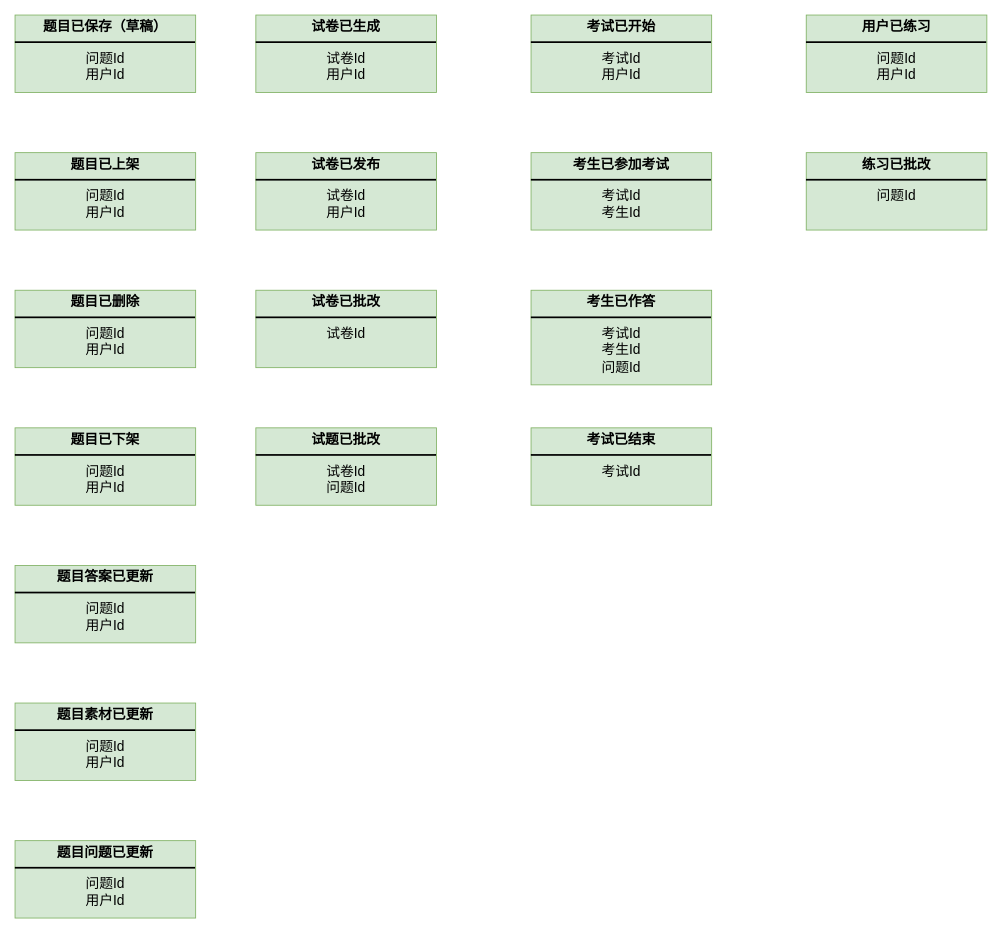
Before: page "第 1 页" (1 of 2) of docs/DDD-example/考试系统DDD建模.drawio in WochiB70/JavaLearningPlatform, a draw.io diagram. Source tidied: cells renumbered, new cells numbered last; positions are measured from the earlier drawing's top-left corner, leaving out a move shared by most shapes. Both pictures are drawn from the tidied source at 86%, with x=0, y=0 at pixel (15, 15).
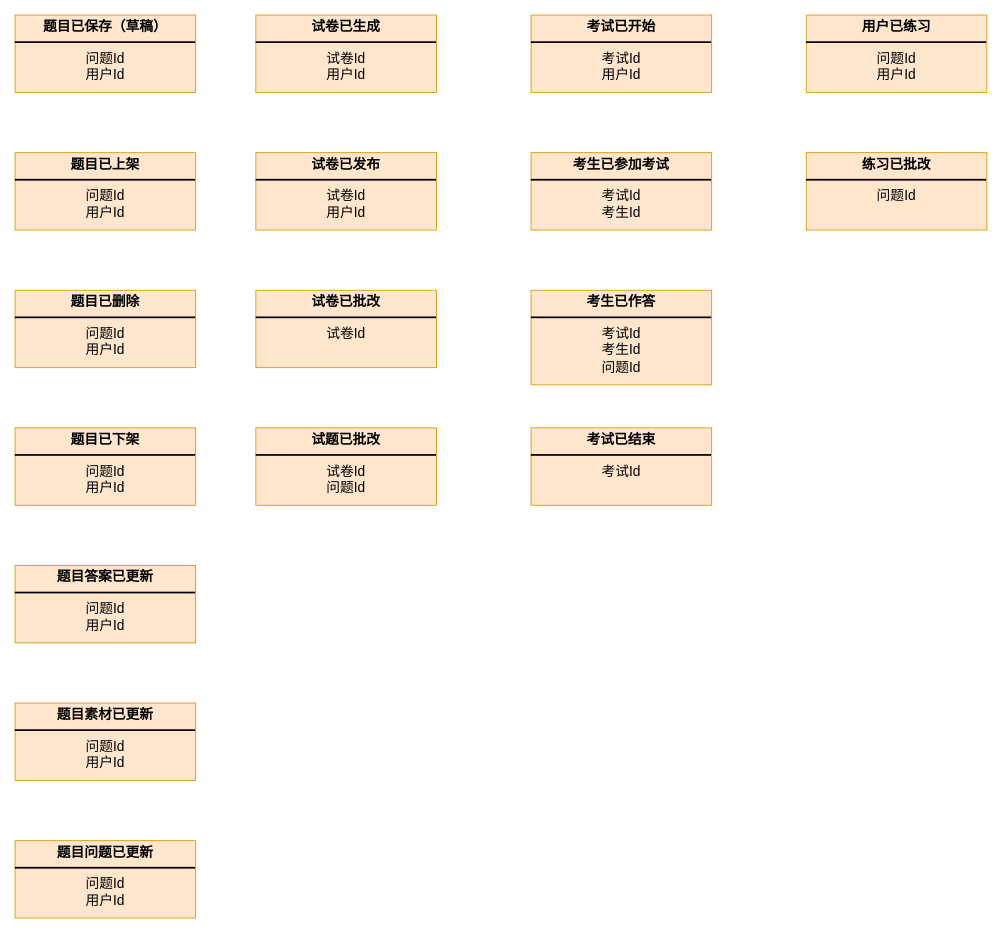
The same page after the edit.

The edit, as a diff of the source:
```diff
@@
 <mxGraphModel>
   <root>
     <mxCell id="0" />
     <mxCell id="1" parent="0" />
-    <mxCell id="2" value="&lt;p style=&quot;margin: 4px 0px 0px;&quot;&gt;&lt;b&gt;题目已保存（草稿）&lt;/b&gt;&lt;/p&gt;&lt;hr style=&quot;border-style:solid;&quot;&gt;&lt;div style=&quot;height:2px;&quot;&gt;问题Id&lt;br&gt;用户Id&lt;/div&gt;" style="verticalAlign=top;align=center;overflow=fill;html=1;whiteSpace=wrap;fillColor=#d5e8d4;strokeColor=#82b366;fontSize=16;spacingLeft=13;" parent="1" vertex="1">
+    <mxCell id="2" value="&lt;p style=&quot;margin: 4px 0px 0px;&quot;&gt;&lt;b&gt;题目已保存（草稿）&lt;/b&gt;&lt;/p&gt;&lt;hr style=&quot;border-style:solid;&quot;&gt;&lt;div style=&quot;height:2px;&quot;&gt;问题Id&lt;br&gt;用户Id&lt;/div&gt;" style="verticalAlign=top;align=center;overflow=fill;html=1;whiteSpace=wrap;fillColor=#ffe6cc;strokeColor=#d79b00;fontSize=16;spacingLeft=13;" parent="1" vertex="1">
       <mxGeometry width="210" height="90" as="geometry" />
     </mxCell>
-    <mxCell id="3" value="&lt;p style=&quot;margin: 4px 0px 0px;&quot;&gt;&lt;b&gt;题目已删除&lt;/b&gt;&lt;/p&gt;&lt;hr style=&quot;border-style:solid;&quot;&gt;&lt;div style=&quot;height:2px;&quot;&gt;问题Id&lt;br&gt;用户Id&lt;/div&gt;" style="verticalAlign=top;align=center;overflow=fill;html=1;whiteSpace=wrap;fillColor=#d5e8d4;strokeColor=#82b366;fontSize=16;spacingLeft=13;" parent="1" vertex="1">
+    <mxCell id="3" value="&lt;p style=&quot;margin: 4px 0px 0px;&quot;&gt;&lt;b&gt;题目已删除&lt;/b&gt;&lt;/p&gt;&lt;hr style=&quot;border-style:solid;&quot;&gt;&lt;div style=&quot;height:2px;&quot;&gt;问题Id&lt;br&gt;用户Id&lt;/div&gt;" style="verticalAlign=top;align=center;overflow=fill;html=1;whiteSpace=wrap;fillColor=#ffe6cc;strokeColor=#d79b00;fontSize=16;spacingLeft=13;" parent="1" vertex="1">
       <mxGeometry y="320" width="210" height="90" as="geometry" />
     </mxCell>
-    <mxCell id="4" value="&lt;p style=&quot;margin: 4px 0px 0px;&quot;&gt;&lt;b&gt;题目答案已更新&lt;/b&gt;&lt;/p&gt;&lt;hr style=&quot;border-style:solid;&quot;&gt;&lt;div style=&quot;height:2px;&quot;&gt;问题Id&lt;br&gt;用户Id&lt;/div&gt;" style="verticalAlign=top;align=center;overflow=fill;html=1;whiteSpace=wrap;fillColor=#d5e8d4;strokeColor=#82b366;fontSize=16;spacingLeft=13;" parent="1" vertex="1">
+    <mxCell id="4" value="&lt;p style=&quot;margin: 4px 0px 0px;&quot;&gt;&lt;b&gt;题目答案已更新&lt;/b&gt;&lt;/p&gt;&lt;hr style=&quot;border-style:solid;&quot;&gt;&lt;div style=&quot;height:2px;&quot;&gt;问题Id&lt;br&gt;用户Id&lt;/div&gt;" style="verticalAlign=top;align=center;overflow=fill;html=1;whiteSpace=wrap;fillColor=#ffe6cc;strokeColor=#d79b00;fontSize=16;spacingLeft=13;" parent="1" vertex="1">
       <mxGeometry y="640" width="210" height="90" as="geometry" />
     </mxCell>
-    <mxCell id="5" value="&lt;p style=&quot;margin: 4px 0px 0px;&quot;&gt;&lt;b&gt;题目问题已更新&lt;/b&gt;&lt;/p&gt;&lt;hr style=&quot;border-style:solid;&quot;&gt;&lt;div style=&quot;height:2px;&quot;&gt;问题Id&lt;br&gt;用户Id&lt;/div&gt;" style="verticalAlign=top;align=center;overflow=fill;html=1;whiteSpace=wrap;fillColor=#d5e8d4;strokeColor=#82b366;fontSize=16;spacingLeft=13;" parent="1" vertex="1">
+    <mxCell id="5" value="&lt;p style=&quot;margin: 4px 0px 0px;&quot;&gt;&lt;b&gt;题目问题已更新&lt;/b&gt;&lt;/p&gt;&lt;hr style=&quot;border-style:solid;&quot;&gt;&lt;div style=&quot;height:2px;&quot;&gt;问题Id&lt;br&gt;用户Id&lt;/div&gt;" style="verticalAlign=top;align=center;overflow=fill;html=1;whiteSpace=wrap;fillColor=#ffe6cc;strokeColor=#d79b00;fontSize=16;spacingLeft=13;" parent="1" vertex="1">
       <mxGeometry y="960" width="210" height="90" as="geometry" />
     </mxCell>
-    <mxCell id="6" value="&lt;p style=&quot;margin: 4px 0px 0px;&quot;&gt;&lt;b&gt;题目已上架&lt;/b&gt;&lt;/p&gt;&lt;hr style=&quot;border-style:solid;&quot;&gt;&lt;div style=&quot;height:2px;&quot;&gt;问题Id&lt;br&gt;用户Id&lt;/div&gt;" style="verticalAlign=top;align=center;overflow=fill;html=1;whiteSpace=wrap;fillColor=#d5e8d4;strokeColor=#82b366;fontSize=16;spacingLeft=13;" parent="1" vertex="1">
+    <mxCell id="6" value="&lt;p style=&quot;margin: 4px 0px 0px;&quot;&gt;&lt;b&gt;题目已上架&lt;/b&gt;&lt;/p&gt;&lt;hr style=&quot;border-style:solid;&quot;&gt;&lt;div style=&quot;height:2px;&quot;&gt;问题Id&lt;br&gt;用户Id&lt;/div&gt;" style="verticalAlign=top;align=center;overflow=fill;html=1;whiteSpace=wrap;fillColor=#ffe6cc;strokeColor=#d79b00;fontSize=16;spacingLeft=13;" parent="1" vertex="1">
       <mxGeometry y="160" width="210" height="90" as="geometry" />
     </mxCell>
-    <mxCell id="7" value="&lt;p style=&quot;margin: 4px 0px 0px;&quot;&gt;&lt;b&gt;题目素材已更新&lt;/b&gt;&lt;/p&gt;&lt;hr style=&quot;border-style:solid;&quot;&gt;&lt;div style=&quot;height:2px;&quot;&gt;问题Id&lt;br&gt;用户Id&lt;/div&gt;" style="verticalAlign=top;align=center;overflow=fill;html=1;whiteSpace=wrap;fillColor=#d5e8d4;strokeColor=#82b366;fontSize=16;spacingLeft=13;" parent="1" vertex="1">
+    <mxCell id="7" value="&lt;p style=&quot;margin: 4px 0px 0px;&quot;&gt;&lt;b&gt;题目素材已更新&lt;/b&gt;&lt;/p&gt;&lt;hr style=&quot;border-style:solid;&quot;&gt;&lt;div style=&quot;height:2px;&quot;&gt;问题Id&lt;br&gt;用户Id&lt;/div&gt;" style="verticalAlign=top;align=center;overflow=fill;html=1;whiteSpace=wrap;fillColor=#ffe6cc;strokeColor=#d79b00;fontSize=16;spacingLeft=13;" parent="1" vertex="1">
       <mxGeometry y="800" width="210" height="90" as="geometry" />
     </mxCell>
-    <mxCell id="8" value="&lt;p style=&quot;margin: 4px 0px 0px;&quot;&gt;&lt;b&gt;题目已下架&lt;/b&gt;&lt;/p&gt;&lt;hr style=&quot;border-style:solid;&quot;&gt;&lt;div style=&quot;height:2px;&quot;&gt;问题Id&lt;br&gt;用户Id&lt;/div&gt;" style="verticalAlign=top;align=center;overflow=fill;html=1;whiteSpace=wrap;fillColor=#d5e8d4;strokeColor=#82b366;fontSize=16;spacingLeft=13;" parent="1" vertex="1">
+    <mxCell id="8" value="&lt;p style=&quot;margin: 4px 0px 0px;&quot;&gt;&lt;b&gt;题目已下架&lt;/b&gt;&lt;/p&gt;&lt;hr style=&quot;border-style:solid;&quot;&gt;&lt;div style=&quot;height:2px;&quot;&gt;问题Id&lt;br&gt;用户Id&lt;/div&gt;" style="verticalAlign=top;align=center;overflow=fill;html=1;whiteSpace=wrap;fillColor=#ffe6cc;strokeColor=#d79b00;fontSize=16;spacingLeft=13;" parent="1" vertex="1">
       <mxGeometry y="480" width="210" height="90" as="geometry" />
     </mxCell>
-    <mxCell id="9" value="&lt;p style=&quot;margin: 4px 0px 0px;&quot;&gt;&lt;b&gt;试卷已生成&lt;/b&gt;&lt;/p&gt;&lt;hr style=&quot;border-style:solid;&quot;&gt;&lt;div style=&quot;height:2px;&quot;&gt;试卷Id&lt;br&gt;用户Id&lt;/div&gt;" style="verticalAlign=top;align=center;overflow=fill;html=1;whiteSpace=wrap;fillColor=#d5e8d4;strokeColor=#82b366;fontSize=16;spacingLeft=13;" parent="1" vertex="1">
+    <mxCell id="9" value="&lt;p style=&quot;margin: 4px 0px 0px;&quot;&gt;&lt;b&gt;试卷已生成&lt;/b&gt;&lt;/p&gt;&lt;hr style=&quot;border-style:solid;&quot;&gt;&lt;div style=&quot;height:2px;&quot;&gt;试卷Id&lt;br&gt;用户Id&lt;/div&gt;" style="verticalAlign=top;align=center;overflow=fill;html=1;whiteSpace=wrap;fillColor=#ffe6cc;strokeColor=#d79b00;fontSize=16;spacingLeft=13;" parent="1" vertex="1">
       <mxGeometry x="280" width="210" height="90" as="geometry" />
     </mxCell>
-    <mxCell id="10" value="&lt;p style=&quot;margin: 4px 0px 0px;&quot;&gt;&lt;b&gt;试卷已发布&lt;/b&gt;&lt;/p&gt;&lt;hr style=&quot;border-style:solid;&quot;&gt;&lt;div style=&quot;height:2px;&quot;&gt;试卷Id&lt;br&gt;用户Id&lt;/div&gt;" style="verticalAlign=top;align=center;overflow=fill;html=1;whiteSpace=wrap;fillColor=#d5e8d4;strokeColor=#82b366;fontSize=16;spacingLeft=13;" parent="1" vertex="1">
+    <mxCell id="10" value="&lt;p style=&quot;margin: 4px 0px 0px;&quot;&gt;&lt;b&gt;试卷已发布&lt;/b&gt;&lt;/p&gt;&lt;hr style=&quot;border-style:solid;&quot;&gt;&lt;div style=&quot;height:2px;&quot;&gt;试卷Id&lt;br&gt;用户Id&lt;/div&gt;" style="verticalAlign=top;align=center;overflow=fill;html=1;whiteSpace=wrap;fillColor=#ffe6cc;strokeColor=#d79b00;fontSize=16;spacingLeft=13;" parent="1" vertex="1">
       <mxGeometry x="280" y="160" width="210" height="90" as="geometry" />
     </mxCell>
-    <mxCell id="11" value="&lt;p style=&quot;margin: 4px 0px 0px;&quot;&gt;&lt;b&gt;考试已开始&lt;/b&gt;&lt;/p&gt;&lt;hr style=&quot;border-style:solid;&quot;&gt;&lt;div style=&quot;height:2px;&quot;&gt;考试Id&lt;br&gt;用户Id&lt;/div&gt;" style="verticalAlign=top;align=center;overflow=fill;html=1;whiteSpace=wrap;fillColor=#d5e8d4;strokeColor=#82b366;fontSize=16;spacingLeft=13;" parent="1" vertex="1">
+    <mxCell id="11" value="&lt;p style=&quot;margin: 4px 0px 0px;&quot;&gt;&lt;b&gt;考试已开始&lt;/b&gt;&lt;/p&gt;&lt;hr style=&quot;border-style:solid;&quot;&gt;&lt;div style=&quot;height:2px;&quot;&gt;考试Id&lt;br&gt;用户Id&lt;/div&gt;" style="verticalAlign=top;align=center;overflow=fill;html=1;whiteSpace=wrap;fillColor=#ffe6cc;strokeColor=#d79b00;fontSize=16;spacingLeft=13;" parent="1" vertex="1">
       <mxGeometry x="600" width="210" height="90" as="geometry" />
     </mxCell>
-    <mxCell id="12" value="&lt;p style=&quot;margin: 4px 0px 0px;&quot;&gt;&lt;b&gt;考试已结束&lt;/b&gt;&lt;/p&gt;&lt;hr style=&quot;border-style:solid;&quot;&gt;&lt;div style=&quot;height:2px;&quot;&gt;考试Id&lt;br&gt;&lt;/div&gt;" style="verticalAlign=top;align=center;overflow=fill;html=1;whiteSpace=wrap;fillColor=#d5e8d4;strokeColor=#82b366;fontSize=16;spacingLeft=13;" parent="1" vertex="1">
+    <mxCell id="12" value="&lt;p style=&quot;margin: 4px 0px 0px;&quot;&gt;&lt;b&gt;考试已结束&lt;/b&gt;&lt;/p&gt;&lt;hr style=&quot;border-style:solid;&quot;&gt;&lt;div style=&quot;height:2px;&quot;&gt;考试Id&lt;br&gt;&lt;/div&gt;" style="verticalAlign=top;align=center;overflow=fill;html=1;whiteSpace=wrap;fillColor=#ffe6cc;strokeColor=#d79b00;fontSize=16;spacingLeft=13;" parent="1" vertex="1">
       <mxGeometry x="600" y="480" width="210" height="90" as="geometry" />
     </mxCell>
-    <mxCell id="13" value="&lt;p style=&quot;margin: 4px 0px 0px;&quot;&gt;&lt;b&gt;考生已参加考试&lt;/b&gt;&lt;/p&gt;&lt;hr style=&quot;border-style:solid;&quot;&gt;&lt;div style=&quot;height:2px;&quot;&gt;考试Id&lt;br&gt;考生Id&lt;/div&gt;" style="verticalAlign=top;align=center;overflow=fill;html=1;whiteSpace=wrap;fillColor=#d5e8d4;strokeColor=#82b366;fontSize=16;spacingLeft=13;" parent="1" vertex="1">
+    <mxCell id="13" value="&lt;p style=&quot;margin: 4px 0px 0px;&quot;&gt;&lt;b&gt;考生已参加考试&lt;/b&gt;&lt;/p&gt;&lt;hr style=&quot;border-style:solid;&quot;&gt;&lt;div style=&quot;height:2px;&quot;&gt;考试Id&lt;br&gt;考生Id&lt;/div&gt;" style="verticalAlign=top;align=center;overflow=fill;html=1;whiteSpace=wrap;fillColor=#ffe6cc;strokeColor=#d79b00;fontSize=16;spacingLeft=13;" parent="1" vertex="1">
       <mxGeometry x="600" y="160" width="210" height="90" as="geometry" />
     </mxCell>
-    <mxCell id="14" value="&lt;p style=&quot;margin: 4px 0px 0px;&quot;&gt;&lt;b&gt;考生已作答&lt;/b&gt;&lt;/p&gt;&lt;hr style=&quot;border-style:solid;&quot;&gt;&lt;div style=&quot;height:2px;&quot;&gt;考试Id&lt;br&gt;考生Id&lt;br&gt;问题Id&lt;/div&gt;" style="verticalAlign=top;align=center;overflow=fill;html=1;whiteSpace=wrap;fillColor=#d5e8d4;strokeColor=#82b366;fontSize=16;spacingLeft=13;" parent="1" vertex="1">
+    <mxCell id="14" value="&lt;p style=&quot;margin: 4px 0px 0px;&quot;&gt;&lt;b&gt;考生已作答&lt;/b&gt;&lt;/p&gt;&lt;hr style=&quot;border-style:solid;&quot;&gt;&lt;div style=&quot;height:2px;&quot;&gt;考试Id&lt;br&gt;考生Id&lt;br&gt;问题Id&lt;/div&gt;" style="verticalAlign=top;align=center;overflow=fill;html=1;whiteSpace=wrap;fillColor=#ffe6cc;strokeColor=#d79b00;fontSize=16;spacingLeft=13;" parent="1" vertex="1">
       <mxGeometry x="600" y="320" width="210" height="110" as="geometry" />
     </mxCell>
-    <mxCell id="15" value="&lt;p style=&quot;margin: 4px 0px 0px;&quot;&gt;&lt;b&gt;用户已练习&lt;/b&gt;&lt;/p&gt;&lt;hr style=&quot;border-style:solid;&quot;&gt;&lt;div style=&quot;height:2px;&quot;&gt;问题Id&lt;br&gt;用户Id&lt;/div&gt;" style="verticalAlign=top;align=center;overflow=fill;html=1;whiteSpace=wrap;fillColor=#d5e8d4;strokeColor=#82b366;fontSize=16;spacingLeft=13;" parent="1" vertex="1">
+    <mxCell id="15" value="&lt;p style=&quot;margin: 4px 0px 0px;&quot;&gt;&lt;b&gt;用户已练习&lt;/b&gt;&lt;/p&gt;&lt;hr style=&quot;border-style:solid;&quot;&gt;&lt;div style=&quot;height:2px;&quot;&gt;问题Id&lt;br&gt;用户Id&lt;/div&gt;" style="verticalAlign=top;align=center;overflow=fill;html=1;whiteSpace=wrap;fillColor=#ffe6cc;strokeColor=#d79b00;fontSize=16;spacingLeft=13;" parent="1" vertex="1">
       <mxGeometry x="920" width="210" height="90" as="geometry" />
     </mxCell>
-    <mxCell id="16" value="&lt;p style=&quot;margin: 4px 0px 0px;&quot;&gt;&lt;b&gt;试卷已批改&lt;/b&gt;&lt;/p&gt;&lt;hr style=&quot;border-style:solid;&quot;&gt;&lt;div style=&quot;height:2px;&quot;&gt;试卷Id&lt;br&gt;&lt;/div&gt;" style="verticalAlign=top;align=center;overflow=fill;html=1;whiteSpace=wrap;fillColor=#d5e8d4;strokeColor=#82b366;fontSize=16;spacingLeft=13;" parent="1" vertex="1">
+    <mxCell id="16" value="&lt;p style=&quot;margin: 4px 0px 0px;&quot;&gt;&lt;b&gt;试卷已批改&lt;/b&gt;&lt;/p&gt;&lt;hr style=&quot;border-style:solid;&quot;&gt;&lt;div style=&quot;height:2px;&quot;&gt;试卷Id&lt;br&gt;&lt;/div&gt;" style="verticalAlign=top;align=center;overflow=fill;html=1;whiteSpace=wrap;fillColor=#ffe6cc;strokeColor=#d79b00;fontSize=16;spacingLeft=13;" parent="1" vertex="1">
       <mxGeometry x="280" y="320" width="210" height="90" as="geometry" />
     </mxCell>
-    <mxCell id="17" value="&lt;p style=&quot;margin: 4px 0px 0px;&quot;&gt;&lt;b&gt;练习已批改&lt;/b&gt;&lt;/p&gt;&lt;hr style=&quot;border-style:solid;&quot;&gt;&lt;div style=&quot;height:2px;&quot;&gt;问题Id&lt;/div&gt;" style="verticalAlign=top;align=center;overflow=fill;html=1;whiteSpace=wrap;fillColor=#d5e8d4;strokeColor=#82b366;fontSize=16;spacingLeft=13;" parent="1" vertex="1">
+    <mxCell id="17" value="&lt;p style=&quot;margin: 4px 0px 0px;&quot;&gt;&lt;b&gt;练习已批改&lt;/b&gt;&lt;/p&gt;&lt;hr style=&quot;border-style:solid;&quot;&gt;&lt;div style=&quot;height:2px;&quot;&gt;问题Id&lt;/div&gt;" style="verticalAlign=top;align=center;overflow=fill;html=1;whiteSpace=wrap;fillColor=#ffe6cc;strokeColor=#d79b00;fontSize=16;spacingLeft=13;" parent="1" vertex="1">
       <mxGeometry x="920" y="160" width="210" height="90" as="geometry" />
     </mxCell>
-    <mxCell id="18" value="&lt;p style=&quot;margin: 4px 0px 0px;&quot;&gt;&lt;b&gt;试题已批改&lt;/b&gt;&lt;/p&gt;&lt;hr style=&quot;border-style:solid;&quot;&gt;&lt;div style=&quot;height:2px;&quot;&gt;试卷Id&lt;br&gt;问题Id&lt;/div&gt;" style="verticalAlign=top;align=center;overflow=fill;html=1;whiteSpace=wrap;fillColor=#d5e8d4;strokeColor=#82b366;fontSize=16;spacingLeft=13;" parent="1" vertex="1">
+    <mxCell id="18" value="&lt;p style=&quot;margin: 4px 0px 0px;&quot;&gt;&lt;b&gt;试题已批改&lt;/b&gt;&lt;/p&gt;&lt;hr style=&quot;border-style:solid;&quot;&gt;&lt;div style=&quot;height:2px;&quot;&gt;试卷Id&lt;br&gt;问题Id&lt;/div&gt;" style="verticalAlign=top;align=center;overflow=fill;html=1;whiteSpace=wrap;fillColor=#ffe6cc;strokeColor=#d79b00;fontSize=16;spacingLeft=13;" parent="1" vertex="1">
       <mxGeometry x="280" y="480" width="210" height="90" as="geometry" />
     </mxCell>
   </root>
 </mxGraphModel>
```
